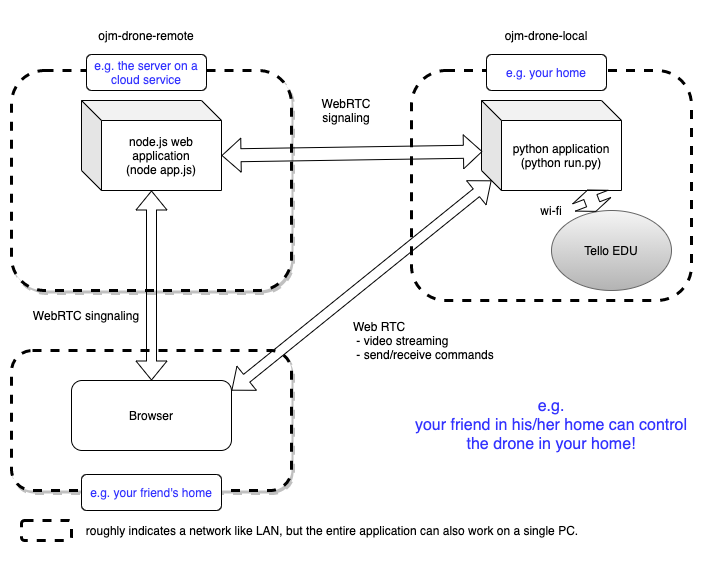
Above: README-images/ojm-drone-arch-overview.png in st-user/ojm-drone-remote (draw.io), before the change. Source tidied: cells renumbered, new cells last; positions are measured from the earlier drawing's top-left corner, leaving out a move shared by most shapes.
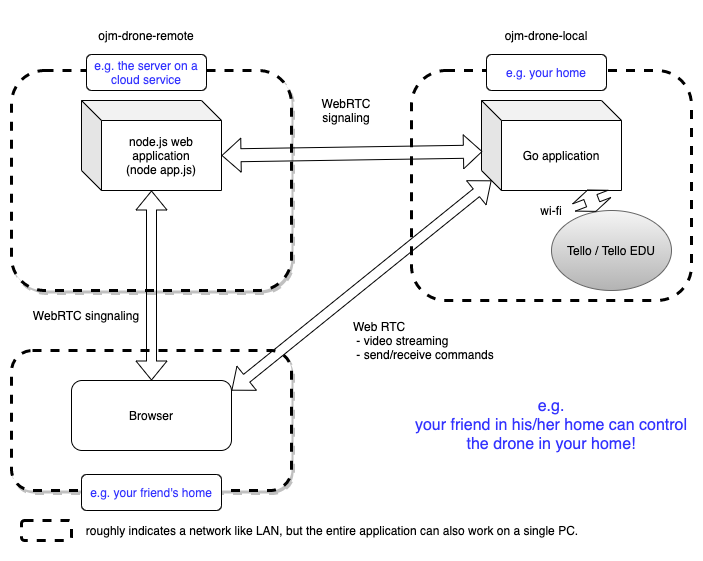
The same diagram one commit later.

The edit, as a diff of the source:
```diff
@@ -20,10 +20,10 @@
     <mxCell id="7" style="rounded=1;whiteSpace=wrap;html=1;shadow=1;dashed=1;strokeWidth=3;" parent="1" vertex="1">
       <mxGeometry y="340" width="280" height="140" as="geometry" />
     </mxCell>
-    <mxCell id="8" value="Tello EDU" style="ellipse;whiteSpace=wrap;html=1;strokeWidth=1;gradientColor=#b3b3b3;fillColor=#f5f5f5;strokeColor=#666666;" parent="1" vertex="1">
+    <mxCell id="8" value="Tello / Tello EDU" style="ellipse;whiteSpace=wrap;html=1;strokeWidth=1;gradientColor=#b3b3b3;fillColor=#f5f5f5;strokeColor=#666666;" parent="1" vertex="1">
       <mxGeometry x="540" y="200" width="120" height="80" as="geometry" />
     </mxCell>
-    <mxCell id="9" value="python application&lt;br&gt;(python run.py)" style="shape=cube;whiteSpace=wrap;html=1;boundedLbl=1;backgroundOutline=1;darkOpacity=0.05;darkOpacity2=0.1;strokeWidth=1;" parent="1" vertex="1">
+    <mxCell id="9" value="Go application" style="shape=cube;whiteSpace=wrap;html=1;boundedLbl=1;backgroundOutline=1;darkOpacity=0.05;darkOpacity2=0.1;strokeWidth=1;" parent="1" vertex="1">
       <mxGeometry x="470" y="90" width="140" height="90" as="geometry" />
     </mxCell>
     <mxCell id="10" value="node.js web application&lt;br&gt;(node app.js)" style="shape=cube;whiteSpace=wrap;html=1;boundedLbl=1;backgroundOutline=1;darkOpacity=0.05;darkOpacity2=0.1;strokeWidth=1;" parent="1" vertex="1">
```
